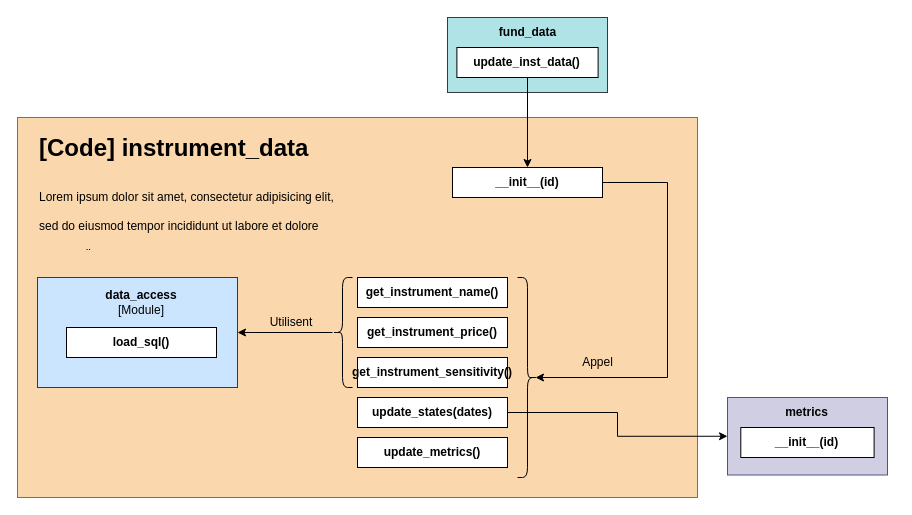
The draw.io diagram Instrument_data.drawio in salimelouahdani/DrawIO, before the edit. Source tidied: cells renumbered, new cells numbered last; positions are measured from the earlier drawing's top-left corner, leaving out a move shared by most shapes. Both pictures are drawn from the tidied source at 100%, with x=0, y=0 at pixel (17, 17).
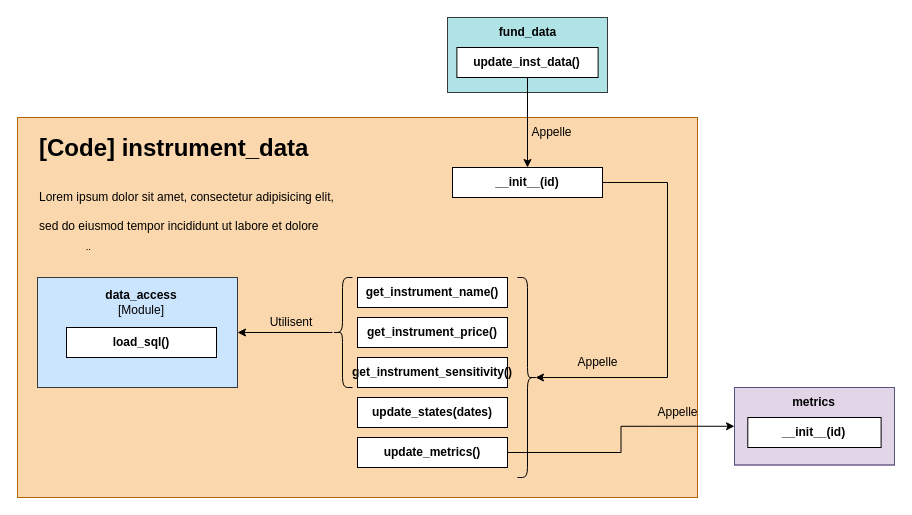
Above is the later version.

Commit message:
Mettre à jour Instrument_data.drawio

Unchanged cells that the change refers to:
```xml
<mxCell id="15" value="&lt;b&gt;update_states(dates)&lt;/b&gt;" style="rounded=0;whiteSpace=wrap;html=1;" parent="1" vertex="1">
  <mxGeometry x="340" y="380" width="150" height="30" as="geometry" />
</mxCell>
<mxCell id="16" value="&lt;b&gt;update_metrics()&lt;/b&gt;" style="rounded=0;whiteSpace=wrap;html=1;" parent="1" vertex="1">
  <mxGeometry x="340" y="420" width="150" height="30" as="geometry" />
</mxCell>
```

Change to the diagram source:
```diff
@@
-    <mxCell id="14" style="edgeStyle=orthogonalEdgeStyle;rounded=0;jettySize=auto;html=1;entryX=0;entryY=0.5;entryDx=0;entryDy=0;" parent="1" edge="1" source="15" target="27">
-      <mxGeometry relative="1" as="geometry" />
-    </mxCell>
@@
+    <mxCell id="30" style="edgeStyle=orthogonalEdgeStyle;rounded=0;jettySize=auto;html=1;entryX=0;entryY=0.5;entryDx=0;entryDy=0;" parent="1" edge="1" source="16" target="27">
+      <mxGeometry relative="1" as="geometry" />
+    </mxCell>
@@
-    <mxCell id="25" value="Appel" style="text;html=1;align=center;verticalAlign=middle;whiteSpace=wrap;rounded=0;" parent="1" vertex="1">
+    <mxCell id="25" value="Appelle" style="text;html=1;align=center;verticalAlign=middle;whiteSpace=wrap;rounded=0;" parent="1" vertex="1">
       <mxGeometry x="530" y="330" width="101" height="30" as="geometry" />
     </mxCell>
-    <mxCell id="26" style="group;" parent="1" vertex="1">
-      <mxGeometry x="710" y="380" width="160" height="77.5" as="geometry" />
-    </mxCell>
+    <mxCell id="31" style="group;" parent="1" vertex="1">
+      <mxGeometry x="717" y="370" width="160" height="77.5" as="geometry" />
+    </mxCell>
+    <mxCell id="32" style="group;fillColor=#e1d5e7;strokeColor=#9673a6;" parent="31" vertex="1">
+      <mxGeometry width="160" height="77.5" as="geometry" />
+    </mxCell>
+    <mxCell id="28" value="&lt;b&gt;metrics&lt;/b&gt;" style="text;html=1;align=center;verticalAlign=middle;whiteSpace=wrap;rounded=0;" parent="32" vertex="1">
+      <mxGeometry x="53.3" width="53.3" height="30" as="geometry" />
+    </mxCell>
-    <mxCell id="27" style="rounded=0;whiteSpace=wrap;html=1;fillColor=#d0cee2;strokeColor=#56517e;" parent="26" vertex="1">
+    <mxCell id="27" style="rounded=0;whiteSpace=wrap;html=1;fillColor=none;strokeColor=#56517e;gradientColor=none;" parent="32" vertex="1">
       <mxGeometry width="160" height="77.5" as="geometry" />
     </mxCell>
-    <mxCell id="28" value="&lt;b&gt;metrics&lt;/b&gt;" style="text;html=1;align=center;verticalAlign=middle;whiteSpace=wrap;rounded=0;" parent="26" vertex="1">
-      <mxGeometry x="53.3" width="53.3" height="30" as="geometry" />
-    </mxCell>
-    <mxCell id="29" value="&lt;b&gt;__init__(id)&lt;/b&gt;" style="rounded=0;whiteSpace=wrap;html=1;" parent="26" vertex="1">
+    <mxCell id="29" value="&lt;b&gt;__init__(id)&lt;/b&gt;" style="rounded=0;whiteSpace=wrap;html=1;" parent="31" vertex="1">
       <mxGeometry x="13.3" y="30" width="133.3" height="30" as="geometry" />
     </mxCell>
+    <mxCell id="33" value="Appelle" style="text;html=1;align=center;verticalAlign=middle;whiteSpace=wrap;rounded=0;" parent="1" vertex="1">
+      <mxGeometry x="610" y="380" width="101" height="30" as="geometry" />
+    </mxCell>
+    <mxCell id="34" value="Appelle" style="text;html=1;align=center;verticalAlign=middle;whiteSpace=wrap;rounded=0;" parent="1" vertex="1">
+      <mxGeometry x="484" y="100" width="101" height="30" as="geometry" />
+    </mxCell>
```
